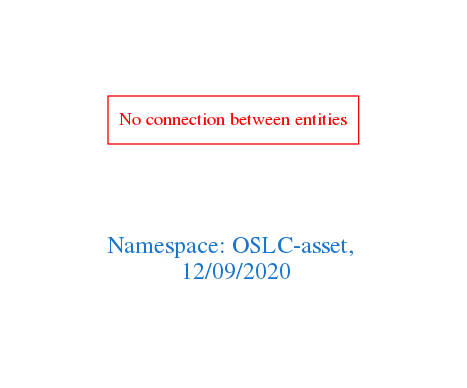
The Graphviz diagram downloads/OSLC-asset.png in arago/OGIT, before a commit. Its source is kept beside it as downloads/OSLC-asset.dot. Source of this version:
```dot
digraph OGIT_ontology {
 graph [ rankdir= LR,pad=1
fontsize = 18,
fontcolor= dodgerblue3,label = "\n\n\nNamespace: OSLC-asset, \n 12/09/2020"];
node[shape=polygon];
edge [  color="gray81"];

"No connection between entities" [fontcolor = "red",color="red", shape="polygon"]
}
```
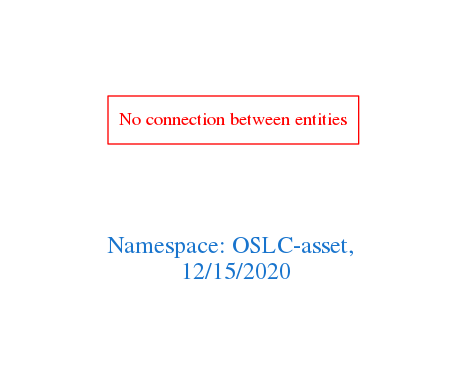
Later version of the same file.

The edit, as a diff of the source:
```diff
@@ -1,7 +1,7 @@
 digraph OGIT_ontology {
  graph [ rankdir= LR,pad=1
 fontsize = 18,
-fontcolor= dodgerblue3,label = "\n\n\nNamespace: OSLC-asset, \n 12/09/2020"];
+fontcolor= dodgerblue3,label = "\n\n\nNamespace: OSLC-asset, \n 12/15/2020"];
 node[shape=polygon];
 edge [  color="gray81"];
 
```
